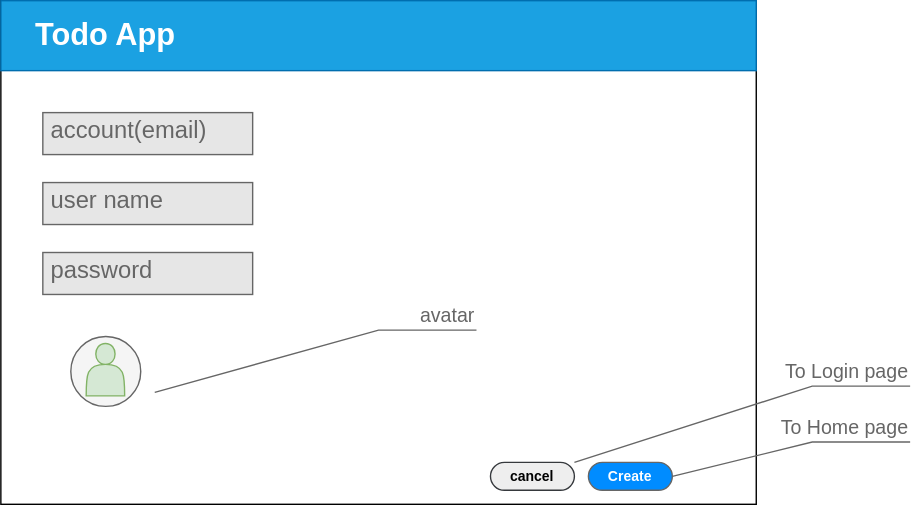
Above: design/frontend/Signup.drawio.svg in nihiyama/todo-app-demo (draw.io), before the change. Source tidied: cells renumbered, new cells last; positions are measured from the earlier drawing's top-left corner, leaving out a move shared by most shapes.
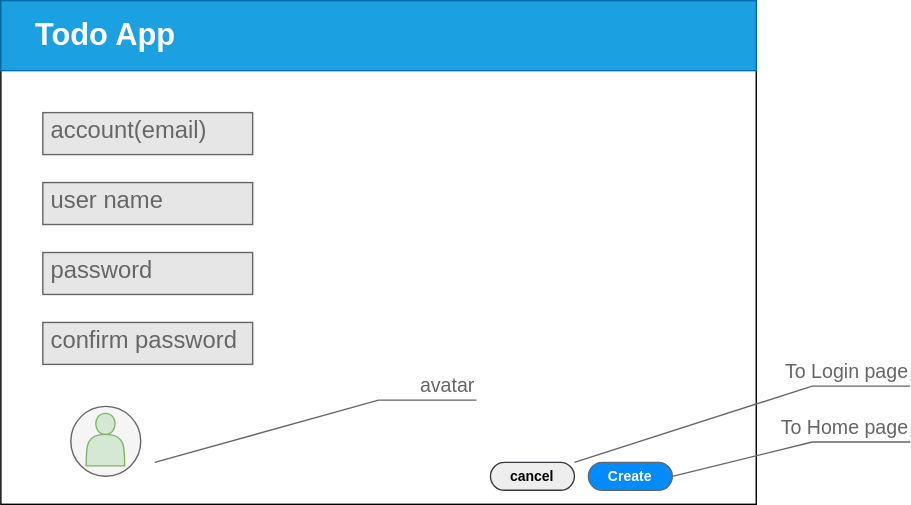
The same file after the commit.

Commit message:
add confirm password

Diff of the diagram source:
```diff
@@ -9,13 +9,13 @@
       <mxGeometry width="540" height="50" as="geometry" />
     </mxCell>
     <mxCell id="4" style="ellipse;whiteSpace=wrap;html=1;strokeColor=#666666;fillColor=#f5f5f5;fontColor=#333333;" parent="1" vertex="1">
-      <mxGeometry x="50" y="240" width="50" height="50" as="geometry" />
+      <mxGeometry x="50" y="290" width="50" height="50" as="geometry" />
     </mxCell>
     <mxCell id="5" value="Todo App" style="text;html=1;strokeColor=none;fillColor=none;align=center;verticalAlign=middle;whiteSpace=wrap;rounded=0;fontColor=#FFFFFF;fontStyle=1;fontSize=22;" parent="1" vertex="1">
       <mxGeometry x="10" y="15" width="130" height="20" as="geometry" />
     </mxCell>
     <mxCell id="6" style="shape=actor;whiteSpace=wrap;html=1;fontSize=18;align=center;fillColor=#d5e8d4;strokeColor=#82b366;" parent="1" vertex="1">
-      <mxGeometry x="61" y="245" width="27.5" height="37.5" as="geometry" />
+      <mxGeometry x="61" y="295" width="27.5" height="37.5" as="geometry" />
     </mxCell>
     <mxCell id="7" value="cancel" style="strokeWidth=1;shadow=0;dashed=0;align=center;html=1;shape=mxgraph.mockup.buttons.button;strokeColor=#36393d;mainText=;buttonStyle=round;fontSize=10;fontStyle=1;fillColor=#eeeeee;whiteSpace=wrap;" parent="1" vertex="1">
       <mxGeometry x="350" y="330" width="60" height="20" as="geometry" />
@@ -33,7 +33,7 @@
       <mxGeometry x="30" y="180" width="150" height="30" as="geometry" />
     </mxCell>
     <mxCell id="12" value="avatar" style="strokeWidth=1;shadow=0;dashed=0;align=center;html=1;shape=mxgraph.mockup.text.callout;linkText=;textSize=17;textColor=#666666;callDir=NE;callStyle=line;fontSize=14;fontColor=#666666;align=right;verticalAlign=top;strokeColor=#666666;fillColor=#E6E6E6;" parent="1" vertex="1">
-      <mxGeometry x="110" y="210" width="230" height="70" as="geometry" />
+      <mxGeometry x="110" y="260" width="230" height="70" as="geometry" />
     </mxCell>
     <mxCell id="13" value="To Home page" style="strokeWidth=1;shadow=0;dashed=0;align=center;html=1;shape=mxgraph.mockup.text.callout;linkText=;textSize=17;textColor=#666666;callDir=NE;callStyle=line;fontSize=14;fontColor=#666666;align=right;verticalAlign=top;strokeColor=#666666;fillColor=#E6E6E6;" parent="1" vertex="1">
       <mxGeometry x="480" y="290" width="170" height="50" as="geometry" />
@@ -41,5 +41,8 @@
     <mxCell id="14" value="To Login page" style="strokeWidth=1;shadow=0;dashed=0;align=center;html=1;shape=mxgraph.mockup.text.callout;linkText=;textSize=17;textColor=#666666;callDir=NE;callStyle=line;fontSize=14;fontColor=#666666;align=right;verticalAlign=top;strokeColor=#666666;fillColor=#E6E6E6;" parent="1" vertex="1">
       <mxGeometry x="410" y="250" width="240" height="80" as="geometry" />
     </mxCell>
+    <mxCell id="15" value="confirm password" style="strokeWidth=1;shadow=0;dashed=0;align=center;html=1;shape=mxgraph.mockup.text.textBox;fontColor=#666666;align=left;fontSize=17;spacingLeft=4;spacingTop=-3;strokeColor=#666666;mainText=;fillColor=#E6E6E6;" parent="1" vertex="1">
+      <mxGeometry x="30" y="230" width="150" height="30" as="geometry" />
+    </mxCell>
   </root>
 </mxGraphModel>
```
